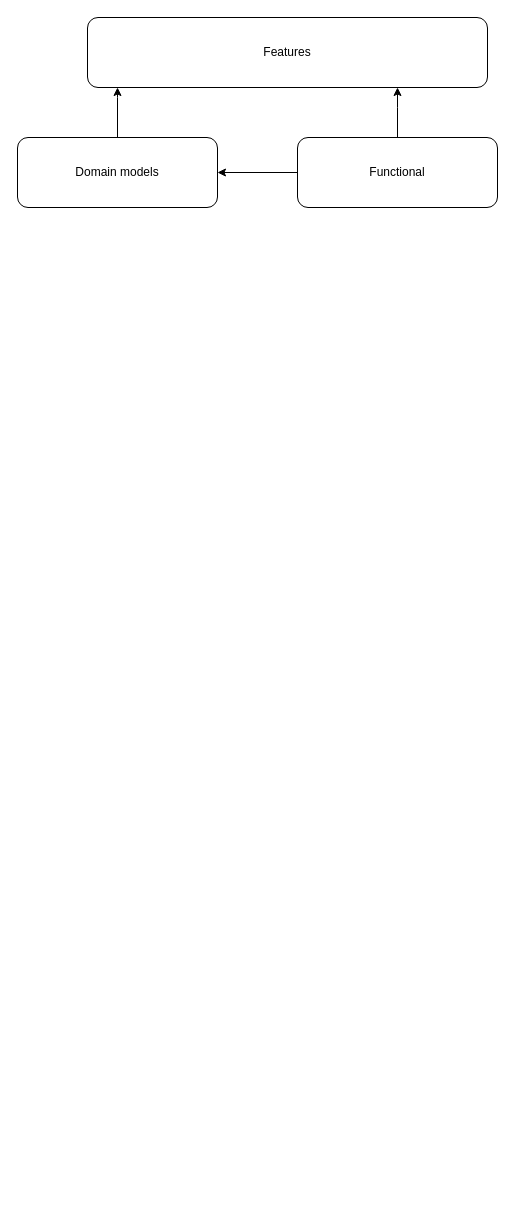
chavp/data-modeling keeps this draw.io diagram as Design Patterns.drawio. Above is the earlier version. Source tidied: cells renumbered, new cells numbered last; positions are measured from the earlier drawing's top-left corner, leaving out a move shared by most shapes. Both pictures are drawn from the tidied source at 100%, with x=0, y=0 at pixel (17, 17).
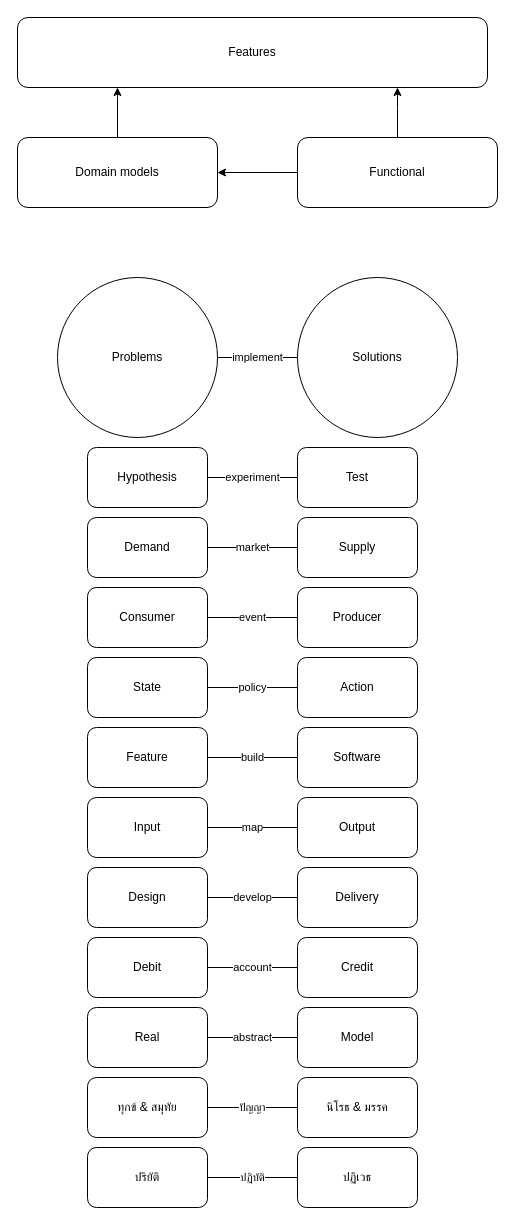
Above is the later version.

Change to the diagram source:
```diff
@@
     <mxCell id="2" value="Features" style="rounded=1;whiteSpace=wrap;html=1;" parent="1" vertex="1">
-      <mxGeometry x="70" width="400" height="70" as="geometry" />
+      <mxGeometry width="470" height="70" as="geometry" />
     </mxCell>
@@
+    <mxCell id="8" value="implement" style="edgeStyle=orthogonalEdgeStyle;rounded=0;jettySize=auto;html=1;endArrow=none;endFill=0;" parent="1" edge="1" source="9" target="10">
+      <mxGeometry relative="1" as="geometry" />
+    </mxCell>
+    <mxCell id="9" value="Problems" style="ellipse;whiteSpace=wrap;html=1;" parent="1" vertex="1">
+      <mxGeometry x="40" y="260" width="160" height="160" as="geometry" />
+    </mxCell>
+    <mxCell id="10" value="Solutions" style="ellipse;whiteSpace=wrap;html=1;" parent="1" vertex="1">
+      <mxGeometry x="280" y="260" width="160" height="160" as="geometry" />
+    </mxCell>
+    <mxCell id="11" value="experiment" style="edgeStyle=orthogonalEdgeStyle;rounded=0;jettySize=auto;html=1;endArrow=none;endFill=0;" parent="1" edge="1" source="12" target="13">
+      <mxGeometry relative="1" as="geometry" />
+    </mxCell>
+    <mxCell id="12" value="Hypothesis" style="rounded=1;whiteSpace=wrap;html=1;" parent="1" vertex="1">
+      <mxGeometry x="70" y="430" width="120" height="60" as="geometry" />
+    </mxCell>
+    <mxCell id="13" value="Test" style="rounded=1;whiteSpace=wrap;html=1;" parent="1" vertex="1">
+      <mxGeometry x="280" y="430" width="120" height="60" as="geometry" />
+    </mxCell>
+    <mxCell id="14" value="market" style="edgeStyle=orthogonalEdgeStyle;rounded=0;jettySize=auto;html=1;endArrow=none;endFill=0;" parent="1" edge="1" source="15" target="16">
+      <mxGeometry relative="1" as="geometry" />
+    </mxCell>
+    <mxCell id="15" value="Demand" style="rounded=1;whiteSpace=wrap;html=1;" parent="1" vertex="1">
+      <mxGeometry x="70" y="500" width="120" height="60" as="geometry" />
+    </mxCell>
+    <mxCell id="16" value="Supply" style="rounded=1;whiteSpace=wrap;html=1;" parent="1" vertex="1">
+      <mxGeometry x="280" y="500" width="120" height="60" as="geometry" />
+    </mxCell>
+    <mxCell id="17" value="policy" style="edgeStyle=orthogonalEdgeStyle;rounded=0;jettySize=auto;html=1;endArrow=none;endFill=0;" parent="1" edge="1" source="18" target="19">
+      <mxGeometry relative="1" as="geometry" />
+    </mxCell>
+    <mxCell id="18" value="State" style="rounded=1;whiteSpace=wrap;html=1;" parent="1" vertex="1">
+      <mxGeometry x="70" y="640" width="120" height="60" as="geometry" />
+    </mxCell>
+    <mxCell id="19" value="Action" style="rounded=1;whiteSpace=wrap;html=1;" parent="1" vertex="1">
+      <mxGeometry x="280" y="640" width="120" height="60" as="geometry" />
+    </mxCell>
+    <mxCell id="20" value="build" style="edgeStyle=orthogonalEdgeStyle;rounded=0;jettySize=auto;html=1;endArrow=none;endFill=0;" parent="1" edge="1" source="21" target="22">
+      <mxGeometry relative="1" as="geometry" />
+    </mxCell>
+    <mxCell id="21" value="Feature" style="rounded=1;whiteSpace=wrap;html=1;" parent="1" vertex="1">
+      <mxGeometry x="70" y="710" width="120" height="60" as="geometry" />
+    </mxCell>
+    <mxCell id="22" value="Software" style="rounded=1;whiteSpace=wrap;html=1;" parent="1" vertex="1">
+      <mxGeometry x="280" y="710" width="120" height="60" as="geometry" />
+    </mxCell>
+    <mxCell id="23" value="map" style="edgeStyle=orthogonalEdgeStyle;rounded=0;jettySize=auto;html=1;endArrow=none;endFill=0;" parent="1" edge="1" source="24" target="25">
+      <mxGeometry relative="1" as="geometry" />
+    </mxCell>
+    <mxCell id="24" value="Input" style="rounded=1;whiteSpace=wrap;html=1;" parent="1" vertex="1">
+      <mxGeometry x="70" y="780" width="120" height="60" as="geometry" />
+    </mxCell>
+    <mxCell id="25" value="Output" style="rounded=1;whiteSpace=wrap;html=1;" parent="1" vertex="1">
+      <mxGeometry x="280" y="780" width="120" height="60" as="geometry" />
+    </mxCell>
+    <mxCell id="26" value="develop" style="edgeStyle=orthogonalEdgeStyle;rounded=0;jettySize=auto;html=1;endArrow=none;endFill=0;" parent="1" edge="1" source="27" target="28">
+      <mxGeometry relative="1" as="geometry" />
+    </mxCell>
+    <mxCell id="27" value="Design" style="rounded=1;whiteSpace=wrap;html=1;" parent="1" vertex="1">
+      <mxGeometry x="70" y="850" width="120" height="60" as="geometry" />
+    </mxCell>
+    <mxCell id="28" value="Delivery" style="rounded=1;whiteSpace=wrap;html=1;" parent="1" vertex="1">
+      <mxGeometry x="280" y="850" width="120" height="60" as="geometry" />
+    </mxCell>
+    <mxCell id="29" value="ปัญญา" style="edgeStyle=orthogonalEdgeStyle;rounded=0;jettySize=auto;html=1;endArrow=none;endFill=0;" parent="1" edge="1" source="30" target="31">
+      <mxGeometry relative="1" as="geometry" />
+    </mxCell>
+    <mxCell id="30" value="ทุกข์ &amp;amp; สมุทัย" style="rounded=1;whiteSpace=wrap;html=1;" parent="1" vertex="1">
+      <mxGeometry x="70" y="1060" width="120" height="60" as="geometry" />
+    </mxCell>
+    <mxCell id="31" value="นิโรธ &amp;amp; มรรค" style="rounded=1;whiteSpace=wrap;html=1;" parent="1" vertex="1">
+      <mxGeometry x="280" y="1060" width="120" height="60" as="geometry" />
+    </mxCell>
+    <mxCell id="32" value="account" style="edgeStyle=orthogonalEdgeStyle;rounded=0;jettySize=auto;html=1;endArrow=none;endFill=0;" parent="1" edge="1" source="33" target="34">
+      <mxGeometry relative="1" as="geometry" />
+    </mxCell>
+    <mxCell id="33" value="Debit" style="rounded=1;whiteSpace=wrap;html=1;" parent="1" vertex="1">
+      <mxGeometry x="70" y="920" width="120" height="60" as="geometry" />
+    </mxCell>
+    <mxCell id="34" value="Credit" style="rounded=1;whiteSpace=wrap;html=1;" parent="1" vertex="1">
+      <mxGeometry x="280" y="920" width="120" height="60" as="geometry" />
+    </mxCell>
+    <mxCell id="35" value="abstract" style="edgeStyle=orthogonalEdgeStyle;rounded=0;jettySize=auto;html=1;endArrow=none;endFill=0;" parent="1" edge="1" source="36" target="37">
+      <mxGeometry relative="1" as="geometry" />
+    </mxCell>
+    <mxCell id="36" value="Real" style="rounded=1;whiteSpace=wrap;html=1;" parent="1" vertex="1">
+      <mxGeometry x="70" y="990" width="120" height="60" as="geometry" />
+    </mxCell>
+    <mxCell id="37" value="Model" style="rounded=1;whiteSpace=wrap;html=1;" parent="1" vertex="1">
+      <mxGeometry x="280" y="990" width="120" height="60" as="geometry" />
+    </mxCell>
+    <mxCell id="38" value="event" style="edgeStyle=orthogonalEdgeStyle;rounded=0;jettySize=auto;html=1;endArrow=none;endFill=0;" parent="1" edge="1" source="39" target="40">
+      <mxGeometry relative="1" as="geometry" />
+    </mxCell>
+    <mxCell id="39" value="Consumer" style="rounded=1;whiteSpace=wrap;html=1;" parent="1" vertex="1">
+      <mxGeometry x="70" y="570" width="120" height="60" as="geometry" />
+    </mxCell>
+    <mxCell id="40" value="Producer" style="rounded=1;whiteSpace=wrap;html=1;" parent="1" vertex="1">
+      <mxGeometry x="280" y="570" width="120" height="60" as="geometry" />
+    </mxCell>
+    <mxCell id="41" value="ปฏิบัติ" style="edgeStyle=orthogonalEdgeStyle;rounded=0;jettySize=auto;html=1;endArrow=none;endFill=0;" parent="1" edge="1" source="42" target="43">
+      <mxGeometry relative="1" as="geometry" />
+    </mxCell>
+    <mxCell id="42" value="ปริยัติ" style="rounded=1;whiteSpace=wrap;html=1;" parent="1" vertex="1">
+      <mxGeometry x="70" y="1130" width="120" height="60" as="geometry" />
+    </mxCell>
+    <mxCell id="43" value="ปฏิเวธ" style="rounded=1;whiteSpace=wrap;html=1;" parent="1" vertex="1">
+      <mxGeometry x="280" y="1130" width="120" height="60" as="geometry" />
+    </mxCell>
```
